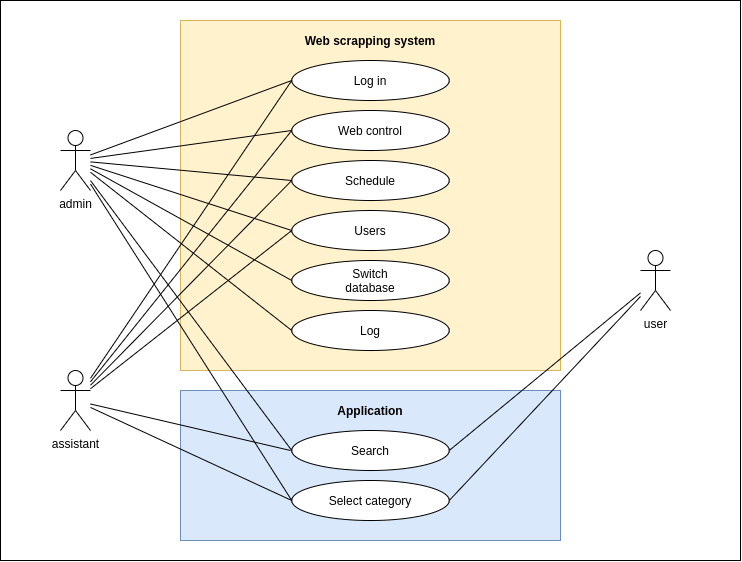
The draw.io diagram document/img journal/ucd-system-and-app.png in mandarinkb/project-final-document, before a commit. Source tidied: cells renumbered, new cells last; positions are measured from the earlier drawing's top-left corner, leaving out a move shared by most shapes. Source of this version:
```xml
<mxGraphModel>
  <root>
    <mxCell id="0" />
    <mxCell id="1" parent="0" />
    <mxCell id="2" style="rounded=0;whiteSpace=wrap;html=1;" parent="1" vertex="1">
      <mxGeometry width="740" height="560" as="geometry" />
    </mxCell>
    <mxCell id="3" style="rounded=0;whiteSpace=wrap;html=1;fillColor=#fff2cc;strokeColor=#d6b656;" parent="1" vertex="1">
      <mxGeometry x="180" y="20" width="380" height="350" as="geometry" />
    </mxCell>
    <mxCell id="4" style="ellipse;whiteSpace=wrap;html=1;" parent="1" vertex="1">
      <mxGeometry x="291.2" y="60" width="157.5" height="40" as="geometry" />
    </mxCell>
    <mxCell id="5" style="ellipse;whiteSpace=wrap;html=1;" parent="1" vertex="1">
      <mxGeometry x="291.2" y="110" width="157.5" height="40" as="geometry" />
    </mxCell>
    <mxCell id="6" style="ellipse;whiteSpace=wrap;html=1;" parent="1" vertex="1">
      <mxGeometry x="291.2" y="160" width="157.5" height="40" as="geometry" />
    </mxCell>
    <mxCell id="7" style="ellipse;whiteSpace=wrap;html=1;" parent="1" vertex="1">
      <mxGeometry x="291.2" y="210" width="157.5" height="40" as="geometry" />
    </mxCell>
    <mxCell id="8" style="ellipse;whiteSpace=wrap;html=1;" parent="1" vertex="1">
      <mxGeometry x="291.2" y="260" width="157.5" height="40" as="geometry" />
    </mxCell>
    <mxCell id="9" style="ellipse;whiteSpace=wrap;html=1;" parent="1" vertex="1">
      <mxGeometry x="291.2" y="310" width="157.5" height="40" as="geometry" />
    </mxCell>
    <mxCell id="10" value="Log in" style="text;html=1;strokeColor=none;fillColor=none;align=center;verticalAlign=middle;whiteSpace=wrap;rounded=0;" parent="1" vertex="1">
      <mxGeometry x="350" y="70" width="40" height="20" as="geometry" />
    </mxCell>
    <mxCell id="11" value="Web control" style="text;html=1;strokeColor=none;fillColor=none;align=center;verticalAlign=middle;whiteSpace=wrap;rounded=0;" parent="1" vertex="1">
      <mxGeometry x="330" y="120" width="80" height="20" as="geometry" />
    </mxCell>
    <mxCell id="12" value="Schedule" style="text;html=1;strokeColor=none;fillColor=none;align=center;verticalAlign=middle;whiteSpace=wrap;rounded=0;" parent="1" vertex="1">
      <mxGeometry x="330" y="170" width="80" height="20" as="geometry" />
    </mxCell>
    <mxCell id="13" value="Users" style="text;html=1;strokeColor=none;fillColor=none;align=center;verticalAlign=middle;whiteSpace=wrap;rounded=0;" parent="1" vertex="1">
      <mxGeometry x="330" y="220" width="80" height="20" as="geometry" />
    </mxCell>
    <mxCell id="14" value="Switch database" style="text;html=1;strokeColor=none;fillColor=none;align=center;verticalAlign=middle;whiteSpace=wrap;rounded=0;" parent="1" vertex="1">
      <mxGeometry x="330" y="270" width="80" height="20" as="geometry" />
    </mxCell>
    <mxCell id="15" value="Log" style="text;html=1;strokeColor=none;fillColor=none;align=center;verticalAlign=middle;whiteSpace=wrap;rounded=0;" parent="1" vertex="1">
      <mxGeometry x="330" y="320" width="80" height="20" as="geometry" />
    </mxCell>
    <mxCell id="16" style="rounded=0;whiteSpace=wrap;html=1;fillColor=#dae8fc;strokeColor=#6c8ebf;" parent="1" vertex="1">
      <mxGeometry x="180" y="390" width="380" height="150" as="geometry" />
    </mxCell>
    <mxCell id="17" value="&lt;b&gt;Application&lt;/b&gt;" style="text;html=1;strokeColor=none;fillColor=none;align=center;verticalAlign=middle;whiteSpace=wrap;rounded=0;" parent="1" vertex="1">
      <mxGeometry x="330" y="400" width="80" height="20" as="geometry" />
    </mxCell>
    <mxCell id="18" value="&lt;b&gt;Web scrapping system&lt;/b&gt;" style="text;html=1;strokeColor=none;fillColor=none;align=center;verticalAlign=middle;whiteSpace=wrap;rounded=0;" parent="1" vertex="1">
      <mxGeometry x="300" y="30" width="140" height="20" as="geometry" />
    </mxCell>
    <mxCell id="19" style="ellipse;whiteSpace=wrap;html=1;" parent="1" vertex="1">
      <mxGeometry x="291.2" y="430" width="157.5" height="40" as="geometry" />
    </mxCell>
    <mxCell id="20" value="Search" style="text;html=1;strokeColor=none;fillColor=none;align=center;verticalAlign=middle;whiteSpace=wrap;rounded=0;" parent="1" vertex="1">
      <mxGeometry x="350" y="440" width="40" height="20" as="geometry" />
    </mxCell>
    <mxCell id="21" style="ellipse;whiteSpace=wrap;html=1;" parent="1" vertex="1">
      <mxGeometry x="291.2" y="480" width="157.5" height="40" as="geometry" />
    </mxCell>
    <mxCell id="22" value="Select category" style="text;html=1;strokeColor=none;fillColor=none;align=center;verticalAlign=middle;whiteSpace=wrap;rounded=0;" parent="1" vertex="1">
      <mxGeometry x="315" y="490" width="110" height="20" as="geometry" />
    </mxCell>
    <mxCell id="23" style="edgeStyle=none;rounded=0;jettySize=auto;html=1;entryX=0;entryY=0.5;entryDx=0;entryDy=0;startArrow=none;startFill=0;endArrow=none;endFill=0;" parent="1" edge="1" source="31" target="4">
      <mxGeometry relative="1" as="geometry" />
    </mxCell>
    <mxCell id="24" style="edgeStyle=none;rounded=0;jettySize=auto;html=1;entryX=0;entryY=0.5;entryDx=0;entryDy=0;startArrow=none;startFill=0;endArrow=none;endFill=0;" parent="1" edge="1" source="31" target="5">
      <mxGeometry relative="1" as="geometry" />
    </mxCell>
    <mxCell id="25" style="edgeStyle=none;rounded=0;jettySize=auto;html=1;entryX=0;entryY=0.5;entryDx=0;entryDy=0;startArrow=none;startFill=0;endArrow=none;endFill=0;" parent="1" edge="1" source="31" target="6">
      <mxGeometry relative="1" as="geometry" />
    </mxCell>
    <mxCell id="26" style="edgeStyle=none;rounded=0;jettySize=auto;html=1;entryX=0;entryY=0.5;entryDx=0;entryDy=0;startArrow=none;startFill=0;endArrow=none;endFill=0;" parent="1" edge="1" source="31" target="7">
      <mxGeometry relative="1" as="geometry" />
    </mxCell>
    <mxCell id="27" style="edgeStyle=none;rounded=0;jettySize=auto;html=1;entryX=0;entryY=0.5;entryDx=0;entryDy=0;startArrow=none;startFill=0;endArrow=none;endFill=0;" parent="1" edge="1" source="31" target="8">
      <mxGeometry relative="1" as="geometry" />
    </mxCell>
    <mxCell id="28" style="edgeStyle=none;rounded=0;jettySize=auto;html=1;entryX=0;entryY=0.5;entryDx=0;entryDy=0;startArrow=none;startFill=0;endArrow=none;endFill=0;" parent="1" edge="1" source="31" target="9">
      <mxGeometry relative="1" as="geometry" />
    </mxCell>
    <mxCell id="29" style="edgeStyle=none;rounded=0;jettySize=auto;html=1;entryX=0;entryY=0.5;entryDx=0;entryDy=0;startArrow=none;startFill=0;endArrow=none;endFill=0;" parent="1" edge="1" source="31" target="19">
      <mxGeometry relative="1" as="geometry" />
    </mxCell>
    <mxCell id="30" style="edgeStyle=none;rounded=0;jettySize=auto;html=1;entryX=0;entryY=0.5;entryDx=0;entryDy=0;startArrow=none;startFill=0;endArrow=none;endFill=0;" parent="1" edge="1" source="31" target="21">
      <mxGeometry relative="1" as="geometry" />
    </mxCell>
    <mxCell id="31" value="admin" style="shape=umlActor;verticalLabelPosition=bottom;verticalAlign=top;html=1;outlineConnect=0;" parent="1" vertex="1">
      <mxGeometry x="60" y="130" width="30" height="60" as="geometry" />
    </mxCell>
    <mxCell id="32" style="edgeStyle=none;rounded=0;jettySize=auto;html=1;entryX=0;entryY=0.5;entryDx=0;entryDy=0;startArrow=none;startFill=0;endArrow=none;endFill=0;" parent="1" edge="1" source="38" target="4">
      <mxGeometry relative="1" as="geometry" />
    </mxCell>
    <mxCell id="33" style="edgeStyle=none;rounded=0;jettySize=auto;html=1;entryX=0;entryY=0.5;entryDx=0;entryDy=0;startArrow=none;startFill=0;endArrow=none;endFill=0;" parent="1" edge="1" source="38" target="5">
      <mxGeometry relative="1" as="geometry" />
    </mxCell>
    <mxCell id="34" style="edgeStyle=none;rounded=0;jettySize=auto;html=1;entryX=0;entryY=0.5;entryDx=0;entryDy=0;startArrow=none;startFill=0;endArrow=none;endFill=0;" parent="1" edge="1" source="38" target="6">
      <mxGeometry relative="1" as="geometry" />
    </mxCell>
    <mxCell id="35" style="edgeStyle=none;rounded=0;jettySize=auto;html=1;entryX=0;entryY=0.5;entryDx=0;entryDy=0;startArrow=none;startFill=0;endArrow=none;endFill=0;" parent="1" edge="1" source="38" target="7">
      <mxGeometry relative="1" as="geometry" />
    </mxCell>
    <mxCell id="36" style="edgeStyle=none;rounded=0;jettySize=auto;html=1;startArrow=none;startFill=0;endArrow=none;endFill=0;" parent="1" edge="1" source="38">
      <mxGeometry relative="1" as="geometry">
        <mxPoint x="290" y="450" as="targetPoint" />
      </mxGeometry>
    </mxCell>
    <mxCell id="37" style="edgeStyle=none;rounded=0;jettySize=auto;html=1;entryX=0;entryY=0.5;entryDx=0;entryDy=0;startArrow=none;startFill=0;endArrow=none;endFill=0;" parent="1" edge="1" source="38" target="21">
      <mxGeometry relative="1" as="geometry" />
    </mxCell>
    <mxCell id="38" value="assistant" style="shape=umlActor;verticalLabelPosition=bottom;verticalAlign=top;html=1;outlineConnect=0;" parent="1" vertex="1">
      <mxGeometry x="60" y="370" width="30" height="60" as="geometry" />
    </mxCell>
    <mxCell id="39" style="edgeStyle=none;rounded=0;jettySize=auto;html=1;entryX=1;entryY=0.5;entryDx=0;entryDy=0;startArrow=none;startFill=0;endArrow=none;endFill=0;" parent="1" edge="1" source="41" target="19">
      <mxGeometry relative="1" as="geometry" />
    </mxCell>
    <mxCell id="40" style="edgeStyle=none;rounded=0;jettySize=auto;html=1;entryX=1;entryY=0.5;entryDx=0;entryDy=0;startArrow=none;startFill=0;endArrow=none;endFill=0;" parent="1" edge="1" source="41" target="21">
      <mxGeometry relative="1" as="geometry" />
    </mxCell>
    <mxCell id="41" value="user" style="shape=umlActor;verticalLabelPosition=bottom;verticalAlign=top;html=1;outlineConnect=0;" parent="1" vertex="1">
      <mxGeometry x="640" y="250" width="30" height="60" as="geometry" />
    </mxCell>
  </root>
</mxGraphModel>
```
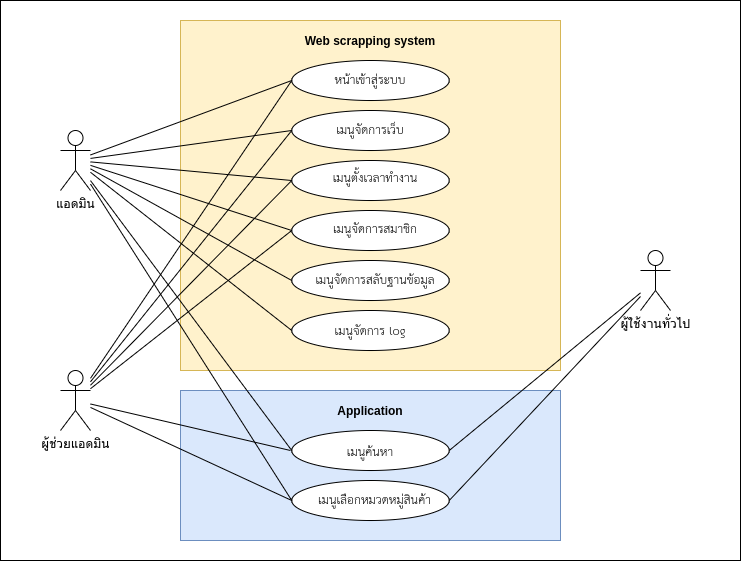
After the commit.

Diff of the diagram source:
```diff
@@ -26,23 +26,23 @@
     <mxCell id="9" style="ellipse;whiteSpace=wrap;html=1;" parent="1" vertex="1">
       <mxGeometry x="291.2" y="310" width="157.5" height="40" as="geometry" />
     </mxCell>
-    <mxCell id="10" value="Log in" style="text;html=1;strokeColor=none;fillColor=none;align=center;verticalAlign=middle;whiteSpace=wrap;rounded=0;" parent="1" vertex="1">
-      <mxGeometry x="350" y="70" width="40" height="20" as="geometry" />
+    <mxCell id="10" value="&lt;p lang=&quot;en-AU&quot; class=&quot;western&quot; align=&quot;left&quot; style=&quot;margin-bottom: 0in ; line-height: 21.3333px ; font-family: &amp;#34;th sarabunpsk&amp;#34;&quot;&gt;&lt;font face=&quot;TH SarabunPSK&quot;&gt;&lt;font size=&quot;1&quot;&gt;&lt;span lang=&quot;th-TH&quot; style=&quot;font-size: 18px&quot;&gt;หน้าเข้าสู่ระบบ&lt;/span&gt;&lt;/font&gt;&lt;/font&gt;&lt;/p&gt;" style="text;html=1;strokeColor=none;fillColor=none;align=center;verticalAlign=middle;whiteSpace=wrap;rounded=0;" parent="1" vertex="1">
+      <mxGeometry x="310" y="64" width="120" height="20" as="geometry" />
     </mxCell>
-    <mxCell id="11" value="Web control" style="text;html=1;strokeColor=none;fillColor=none;align=center;verticalAlign=middle;whiteSpace=wrap;rounded=0;" parent="1" vertex="1">
-      <mxGeometry x="330" y="120" width="80" height="20" as="geometry" />
+    <mxCell id="11" value="&lt;p lang=&quot;en-AU&quot; class=&quot;western&quot; align=&quot;left&quot; style=&quot;margin-bottom: 0in ; line-height: 21.3333px ; font-family: &amp;#34;th sarabunpsk&amp;#34; ; font-size: 16pt&quot;&gt;&lt;font face=&quot;TH SarabunPSK&quot;&gt;&lt;font style=&quot;font-size: 16pt&quot;&gt;&lt;span lang=&quot;th-TH&quot; style=&quot;font-size: 18px&quot;&gt;เมนูจัดการเว็บ&lt;/span&gt;&lt;/font&gt;&lt;/font&gt;&lt;/p&gt;" style="text;html=1;strokeColor=none;fillColor=none;align=center;verticalAlign=middle;whiteSpace=wrap;rounded=0;" parent="1" vertex="1">
+      <mxGeometry x="330" y="112" width="80" height="10" as="geometry" />
     </mxCell>
-    <mxCell id="12" value="Schedule" style="text;html=1;strokeColor=none;fillColor=none;align=center;verticalAlign=middle;whiteSpace=wrap;rounded=0;" parent="1" vertex="1">
-      <mxGeometry x="330" y="170" width="80" height="20" as="geometry" />
+    <mxCell id="12" value="&lt;p lang=&quot;en-AU&quot; class=&quot;western&quot; align=&quot;left&quot; style=&quot;margin-bottom: 0in ; line-height: 21.3333px ; font-family: &amp;#34;th sarabunpsk&amp;#34; ; font-size: 16pt&quot;&gt;&lt;font face=&quot;TH SarabunPSK&quot;&gt;&lt;font style=&quot;font-size: 16pt&quot;&gt;&lt;span lang=&quot;th-TH&quot; style=&quot;font-size: 18px&quot;&gt;เมนูตั้งเวลาทำงาน&lt;/span&gt;&lt;/font&gt;&lt;/font&gt;&lt;/p&gt;" style="text;html=1;strokeColor=none;fillColor=none;align=center;verticalAlign=middle;whiteSpace=wrap;rounded=0;" parent="1" vertex="1">
+      <mxGeometry x="325" y="160" width="100" height="10" as="geometry" />
     </mxCell>
-    <mxCell id="13" value="Users" style="text;html=1;strokeColor=none;fillColor=none;align=center;verticalAlign=middle;whiteSpace=wrap;rounded=0;" parent="1" vertex="1">
-      <mxGeometry x="330" y="220" width="80" height="20" as="geometry" />
+    <mxCell id="13" value="&lt;p lang=&quot;en-AU&quot; class=&quot;western&quot; align=&quot;left&quot; style=&quot;margin-bottom: 0in ; line-height: 21.3333px ; font-family: &amp;#34;th sarabunpsk&amp;#34; ; font-size: 16pt&quot;&gt;&lt;font face=&quot;TH SarabunPSK&quot;&gt;&lt;font style=&quot;font-size: 16pt&quot;&gt;&lt;span lang=&quot;th-TH&quot; style=&quot;font-size: 18px&quot;&gt;เมนูจัดการสมาชิก&lt;/span&gt;&lt;/font&gt;&lt;/font&gt;&lt;/p&gt;" style="text;html=1;strokeColor=none;fillColor=none;align=center;verticalAlign=middle;whiteSpace=wrap;rounded=0;" parent="1" vertex="1">
+      <mxGeometry x="325" y="215" width="100" as="geometry" />
     </mxCell>
-    <mxCell id="14" value="Switch database" style="text;html=1;strokeColor=none;fillColor=none;align=center;verticalAlign=middle;whiteSpace=wrap;rounded=0;" parent="1" vertex="1">
-      <mxGeometry x="330" y="270" width="80" height="20" as="geometry" />
+    <mxCell id="14" value="&lt;p lang=&quot;en-AU&quot; class=&quot;western&quot; align=&quot;left&quot; style=&quot;margin-bottom: 0in ; line-height: 21.3333px ; font-family: &amp;#34;th sarabunpsk&amp;#34; ; font-size: 16pt&quot;&gt;&lt;font face=&quot;TH SarabunPSK&quot;&gt;&lt;font style=&quot;font-size: 16pt&quot;&gt;&lt;span lang=&quot;th-TH&quot; style=&quot;font-size: 18px&quot;&gt;เมนูจัดการสลับฐานข้อมูล&lt;/span&gt;&lt;/font&gt;&lt;/font&gt;&lt;/p&gt;" style="text;html=1;strokeColor=none;fillColor=none;align=center;verticalAlign=middle;whiteSpace=wrap;rounded=0;" parent="1" vertex="1">
+      <mxGeometry x="310" y="262" width="130" height="10" as="geometry" />
     </mxCell>
-    <mxCell id="15" value="Log" style="text;html=1;strokeColor=none;fillColor=none;align=center;verticalAlign=middle;whiteSpace=wrap;rounded=0;" parent="1" vertex="1">
-      <mxGeometry x="330" y="320" width="80" height="20" as="geometry" />
+    <mxCell id="15" value="&lt;p lang=&quot;en-AU&quot; class=&quot;western&quot; align=&quot;left&quot; style=&quot;margin-bottom: 0in ; line-height: 21.3333px ; font-family: &amp;#34;th sarabunpsk&amp;#34; ; font-size: 18px&quot;&gt;&lt;font face=&quot;TH SarabunPSK&quot; style=&quot;font-size: 18px&quot;&gt;&lt;font style=&quot;font-size: 18px&quot;&gt;&lt;span lang=&quot;th-TH&quot;&gt;เมนูจัดการ &lt;/span&gt;&lt;/font&gt;&lt;/font&gt;&lt;font face=&quot;TH SarabunPSK&quot; style=&quot;font-size: 18px&quot;&gt;log&lt;/font&gt;&lt;/p&gt;" style="text;html=1;strokeColor=none;fillColor=none;align=center;verticalAlign=middle;whiteSpace=wrap;rounded=0;" parent="1" vertex="1">
+      <mxGeometry x="325" y="316" width="90" height="10" as="geometry" />
     </mxCell>
     <mxCell id="16" style="rounded=0;whiteSpace=wrap;html=1;fillColor=#dae8fc;strokeColor=#6c8ebf;" parent="1" vertex="1">
       <mxGeometry x="180" y="390" width="380" height="150" as="geometry" />
@@ -56,14 +56,14 @@
     <mxCell id="19" style="ellipse;whiteSpace=wrap;html=1;" parent="1" vertex="1">
       <mxGeometry x="291.2" y="430" width="157.5" height="40" as="geometry" />
     </mxCell>
-    <mxCell id="20" value="Search" style="text;html=1;strokeColor=none;fillColor=none;align=center;verticalAlign=middle;whiteSpace=wrap;rounded=0;" parent="1" vertex="1">
-      <mxGeometry x="350" y="440" width="40" height="20" as="geometry" />
+    <mxCell id="20" value="&lt;p lang=&quot;en-AU&quot; class=&quot;western&quot; align=&quot;left&quot; style=&quot;margin-bottom: 0in ; line-height: 21.3333px ; font-family: &amp;#34;th sarabunpsk&amp;#34; ; font-size: 16pt&quot;&gt;&lt;font face=&quot;TH SarabunPSK&quot;&gt;&lt;font style=&quot;font-size: 16pt&quot;&gt;&lt;span lang=&quot;th-TH&quot; style=&quot;font-size: 18px&quot;&gt;เมนูค้นหา&lt;/span&gt;&lt;/font&gt;&lt;/font&gt;&lt;/p&gt;" style="text;html=1;strokeColor=none;fillColor=none;align=center;verticalAlign=middle;whiteSpace=wrap;rounded=0;" parent="1" vertex="1">
+      <mxGeometry x="345" y="438" width="50" as="geometry" />
     </mxCell>
     <mxCell id="21" style="ellipse;whiteSpace=wrap;html=1;" parent="1" vertex="1">
       <mxGeometry x="291.2" y="480" width="157.5" height="40" as="geometry" />
     </mxCell>
-    <mxCell id="22" value="Select category" style="text;html=1;strokeColor=none;fillColor=none;align=center;verticalAlign=middle;whiteSpace=wrap;rounded=0;" parent="1" vertex="1">
-      <mxGeometry x="315" y="490" width="110" height="20" as="geometry" />
+    <mxCell id="22" value="&lt;p lang=&quot;en-AU&quot; class=&quot;western&quot; align=&quot;left&quot; style=&quot;margin-bottom: 0in ; line-height: 21.3333px ; font-family: &amp;#34;th sarabunpsk&amp;#34; ; font-size: 16pt&quot;&gt;&lt;font face=&quot;TH SarabunPSK&quot;&gt;&lt;font style=&quot;font-size: 16pt&quot;&gt;&lt;span lang=&quot;th-TH&quot; style=&quot;font-size: 18px&quot;&gt;เมนูเลือกหมวดหมู่สินค้า&lt;/span&gt;&lt;/font&gt;&lt;/font&gt;&lt;/p&gt;" style="text;html=1;strokeColor=none;fillColor=none;align=center;verticalAlign=middle;whiteSpace=wrap;rounded=0;" parent="1" vertex="1">
+      <mxGeometry x="311.5" y="482" width="125" height="10" as="geometry" />
     </mxCell>
     <mxCell id="23" style="edgeStyle=none;rounded=0;jettySize=auto;html=1;entryX=0;entryY=0.5;entryDx=0;entryDy=0;startArrow=none;startFill=0;endArrow=none;endFill=0;" parent="1" edge="1" source="31" target="4">
       <mxGeometry relative="1" as="geometry" />
@@ -89,7 +89,7 @@
     <mxCell id="30" style="edgeStyle=none;rounded=0;jettySize=auto;html=1;entryX=0;entryY=0.5;entryDx=0;entryDy=0;startArrow=none;startFill=0;endArrow=none;endFill=0;" parent="1" edge="1" source="31" target="21">
       <mxGeometry relative="1" as="geometry" />
     </mxCell>
-    <mxCell id="31" value="admin" style="shape=umlActor;verticalLabelPosition=bottom;verticalAlign=top;html=1;outlineConnect=0;" parent="1" vertex="1">
+    <mxCell id="31" value="แอดมิน" style="shape=umlActor;verticalLabelPosition=bottom;verticalAlign=top;html=1;outlineConnect=0;" parent="1" vertex="1">
       <mxGeometry x="60" y="130" width="30" height="60" as="geometry" />
     </mxCell>
     <mxCell id="32" style="edgeStyle=none;rounded=0;jettySize=auto;html=1;entryX=0;entryY=0.5;entryDx=0;entryDy=0;startArrow=none;startFill=0;endArrow=none;endFill=0;" parent="1" edge="1" source="38" target="4">
@@ -112,7 +112,7 @@
     <mxCell id="37" style="edgeStyle=none;rounded=0;jettySize=auto;html=1;entryX=0;entryY=0.5;entryDx=0;entryDy=0;startArrow=none;startFill=0;endArrow=none;endFill=0;" parent="1" edge="1" source="38" target="21">
       <mxGeometry relative="1" as="geometry" />
     </mxCell>
-    <mxCell id="38" value="assistant" style="shape=umlActor;verticalLabelPosition=bottom;verticalAlign=top;html=1;outlineConnect=0;" parent="1" vertex="1">
+    <mxCell id="38" value="ผู้ช่วยแอดมิน" style="shape=umlActor;verticalLabelPosition=bottom;verticalAlign=top;html=1;outlineConnect=0;" parent="1" vertex="1">
       <mxGeometry x="60" y="370" width="30" height="60" as="geometry" />
     </mxCell>
     <mxCell id="39" style="edgeStyle=none;rounded=0;jettySize=auto;html=1;entryX=1;entryY=0.5;entryDx=0;entryDy=0;startArrow=none;startFill=0;endArrow=none;endFill=0;" parent="1" edge="1" source="41" target="19">
@@ -121,7 +121,7 @@
     <mxCell id="40" style="edgeStyle=none;rounded=0;jettySize=auto;html=1;entryX=1;entryY=0.5;entryDx=0;entryDy=0;startArrow=none;startFill=0;endArrow=none;endFill=0;" parent="1" edge="1" source="41" target="21">
       <mxGeometry relative="1" as="geometry" />
     </mxCell>
-    <mxCell id="41" value="user" style="shape=umlActor;verticalLabelPosition=bottom;verticalAlign=top;html=1;outlineConnect=0;" parent="1" vertex="1">
+    <mxCell id="41" value="ผู้ใช้งานทั่วไป" style="shape=umlActor;verticalLabelPosition=bottom;verticalAlign=top;html=1;outlineConnect=0;" parent="1" vertex="1">
       <mxGeometry x="640" y="250" width="30" height="60" as="geometry" />
     </mxCell>
   </root>
```
